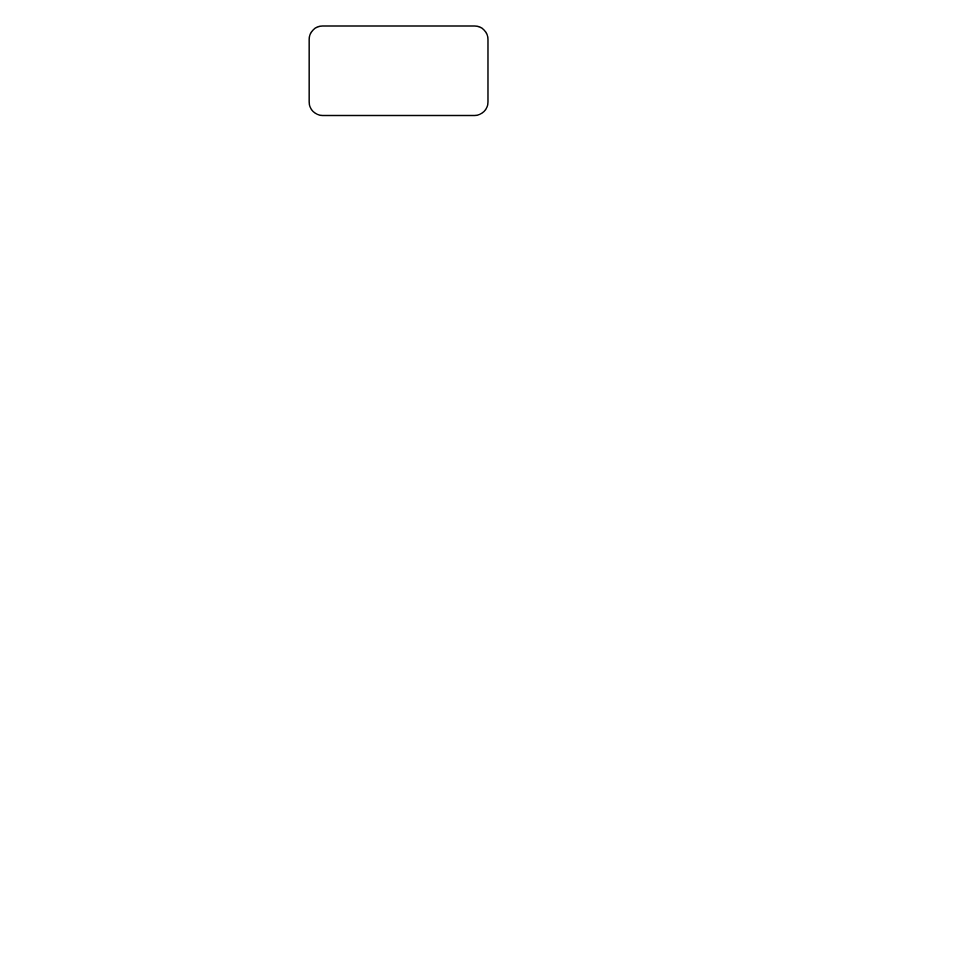
Earlier version of the draw.io diagram page "ChangeAnimation" (10 of 10) of kotoha.drawio (robotKR/kotoha). Source tidied: cells renumbered, new cells numbered last; positions are measured from the earlier drawing's top-left corner, leaving out a move shared by most shapes. Both pictures are drawn from the tidied source at 149%, with x=0, y=0 at pixel (308, 25).
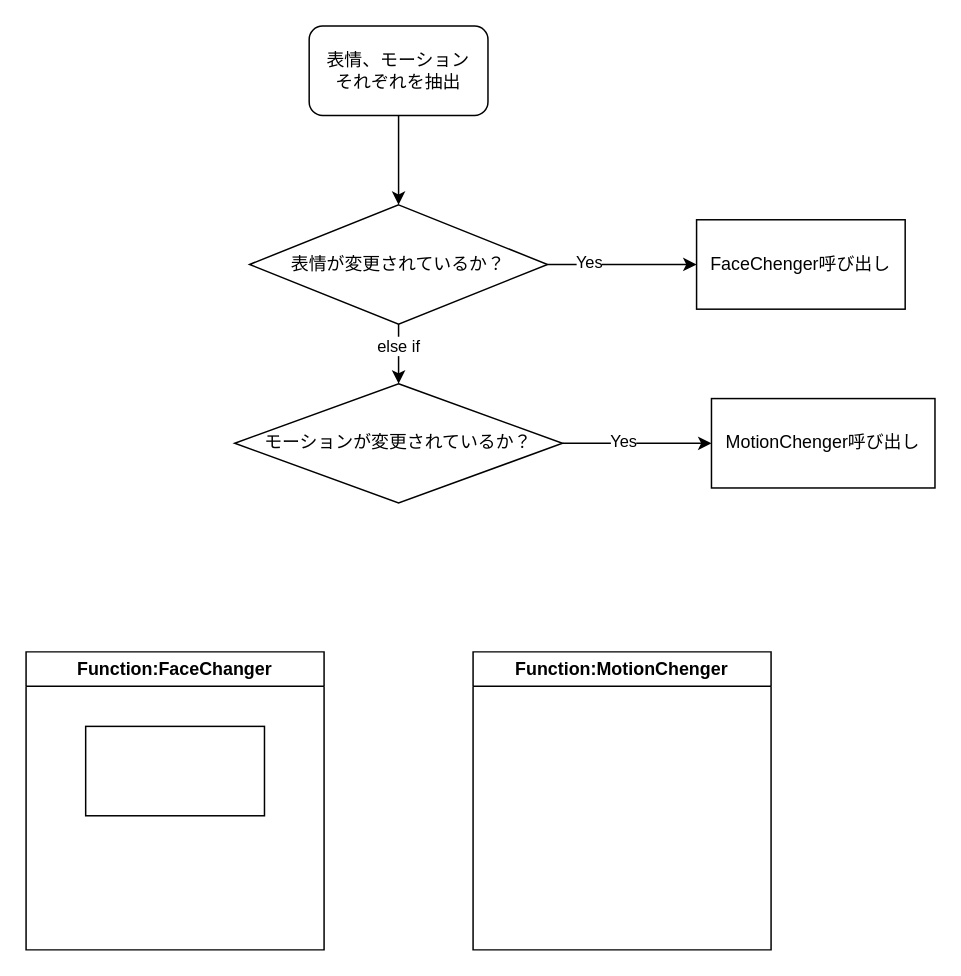
After the change.

Commit message:
kotoha.drawio を更新します

The edit, as a diff of the source:
```diff
@@
 <mxGraphModel>
   <root>
     <mxCell id="0" />
     <mxCell id="1" parent="0" />
+    <mxCell id="3" style="edgeStyle=orthogonalEdgeStyle;rounded=0;jettySize=auto;html=1;" parent="1" edge="1" source="2" target="11">
+      <mxGeometry relative="1" as="geometry" />
+    </mxCell>
-    <mxCell id="2" style="rounded=1;whiteSpace=wrap;html=1;" parent="1" vertex="1">
+    <mxCell id="2" value="表情、モーション&lt;br&gt;それぞれを抽出" style="rounded=1;whiteSpace=wrap;html=1;" parent="1" vertex="1">
       <mxGeometry width="120" height="60" as="geometry" />
     </mxCell>
+    <mxCell id="4" value="Function:FaceChanger" style="swimlane;whiteSpace=wrap;html=1;" parent="1" vertex="1">
+      <mxGeometry x="-190" y="420" width="200" height="200" as="geometry" />
+    </mxCell>
+    <mxCell id="5" style="whiteSpace=wrap;html=1;" parent="4" vertex="1">
+      <mxGeometry x="40" y="50" width="120" height="60" as="geometry" />
+    </mxCell>
+    <mxCell id="6" value="Function:MotionChenger" style="swimlane;whiteSpace=wrap;html=1;" parent="1" vertex="1">
+      <mxGeometry x="110" y="420" width="200" height="200" as="geometry" />
+    </mxCell>
+    <mxCell id="7" style="edgeStyle=orthogonalEdgeStyle;rounded=0;jettySize=auto;html=1;" parent="1" edge="1" source="11" target="14">
+      <mxGeometry relative="1" as="geometry" />
+    </mxCell>
+    <mxCell id="8" value="else if" style="edgeLabel;html=1;align=center;verticalAlign=middle;" parent="7" vertex="1">
+      <mxGeometry x="-0.28" y="-1" relative="1" as="geometry" />
+    </mxCell>
+    <mxCell id="9" style="edgeStyle=orthogonalEdgeStyle;rounded=0;jettySize=auto;html=1;" parent="1" edge="1" source="11" target="15">
+      <mxGeometry relative="1" as="geometry" />
+    </mxCell>
+    <mxCell id="10" value="Yes" style="edgeLabel;html=1;align=center;verticalAlign=middle;" parent="9" vertex="1">
+      <mxGeometry x="-0.47" y="2" relative="1" as="geometry" />
+    </mxCell>
+    <mxCell id="11" value="表情が変更されているか？" style="rhombus;whiteSpace=wrap;html=1;rounded=0;" parent="1" vertex="1">
+      <mxGeometry x="-40" y="120" width="200" height="80" as="geometry" />
+    </mxCell>
+    <mxCell id="12" style="edgeStyle=orthogonalEdgeStyle;rounded=0;jettySize=auto;html=1;" parent="1" edge="1" source="14" target="16">
+      <mxGeometry relative="1" as="geometry" />
+    </mxCell>
+    <mxCell id="13" value="Yes" style="edgeLabel;html=1;align=center;verticalAlign=middle;" parent="12" vertex="1">
+      <mxGeometry x="-0.21" y="2" relative="1" as="geometry" />
+    </mxCell>
+    <mxCell id="14" value="モーションが変更されているか？" style="rhombus;whiteSpace=wrap;html=1;" parent="1" vertex="1">
+      <mxGeometry x="-50" y="240" width="220" height="80" as="geometry" />
+    </mxCell>
+    <mxCell id="15" value="FaceChenger呼び出し" style="whiteSpace=wrap;html=1;rounded=0;" parent="1" vertex="1">
+      <mxGeometry x="260" y="130" width="140" height="60" as="geometry" />
+    </mxCell>
+    <mxCell id="16" value="MotionChenger呼び出し" style="whiteSpace=wrap;html=1;" parent="1" vertex="1">
+      <mxGeometry x="270" y="250" width="150" height="60" as="geometry" />
+    </mxCell>
   </root>
 </mxGraphModel>
```
